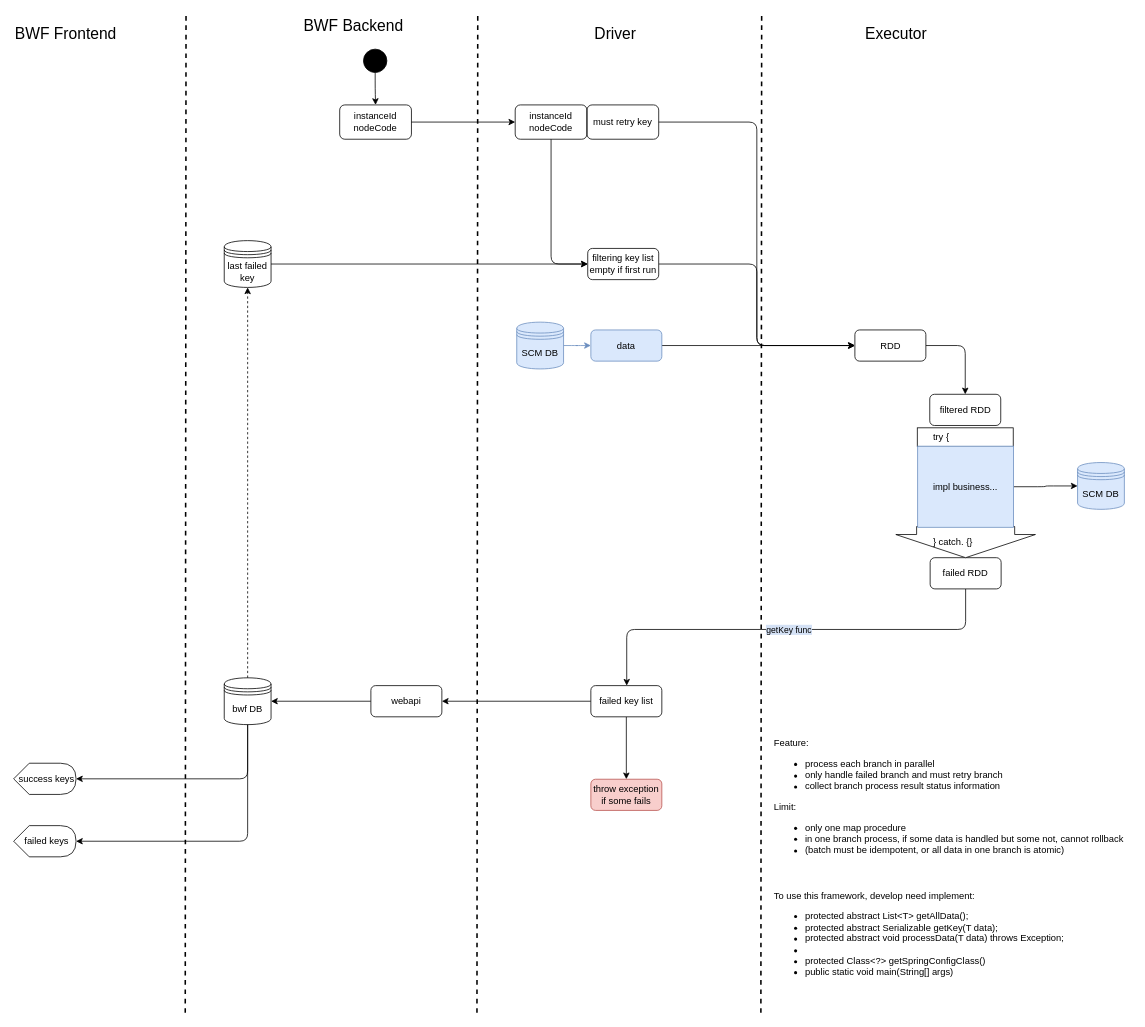
Before: bwf/Transactional spark batch framework.drawio in wzdxt/uml, a draw.io diagram. Source tidied: cells renumbered, new cells numbered last; positions are measured from the earlier drawing's top-left corner, leaving out a move shared by most shapes. Both pictures are drawn from the tidied source at 78%, with x=0, y=0 at pixel (13, 14).
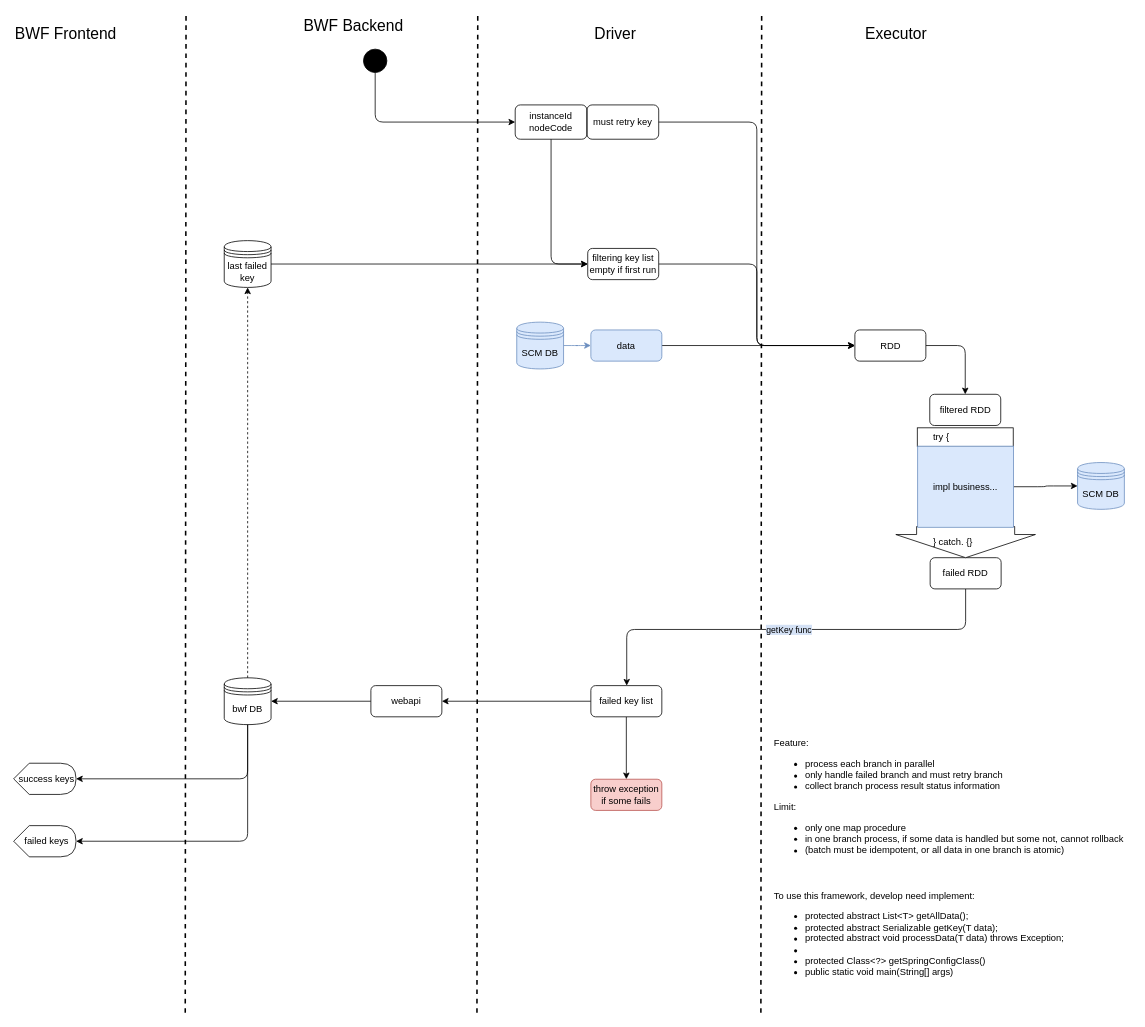
The same page after the edit.

Unchanged cells that the change refers to:
```xml
<mxCell id="17" style="ellipse;whiteSpace=wrap;html=1;labelBackgroundColor=none;strokeColor=#000000;strokeWidth=1;fillColor=#000000;gradientColor=none;align=center;" parent="1" vertex="1">
  <mxGeometry x="448.5" y="44.5" width="30" height="30" as="geometry" />
</mxCell>
<mxCell id="21" value="instanceId&lt;br&gt;nodeCode" style="rounded=1;whiteSpace=wrap;html=1;labelBackgroundColor=none;strokeColor=#000000;strokeWidth=1;fillColor=none;gradientColor=none;align=center;" parent="1" vertex="1">
  <mxGeometry x="643" y="116" width="92" height="44" as="geometry" />
</mxCell>
```

What changed in the source:
```diff
@@
-    <mxCell id="16" style="edgeStyle=orthogonalEdgeStyle;rounded=1;jettySize=auto;html=1;strokeColor=#000000;strokeWidth=1;" parent="1" edge="1" source="17" target="19">
-      <mxGeometry relative="1" as="geometry" />
-    </mxCell>
@@
-    <mxCell id="18" style="edgeStyle=orthogonalEdgeStyle;rounded=0;jettySize=auto;html=1;" parent="1" edge="1" source="19" target="21">
+    <mxCell id="18" style="edgeStyle=orthogonalEdgeStyle;rounded=1;jettySize=auto;html=1;exitX=0.5;exitY=1;exitDx=0;exitDy=0;entryX=0;entryY=0.5;entryDx=0;entryDy=0;" parent="1" edge="1" source="17" target="21">
       <mxGeometry relative="1" as="geometry" />
     </mxCell>
-    <mxCell id="19" value="instanceId&lt;br&gt;nodeCode" style="rounded=1;whiteSpace=wrap;html=1;labelBackgroundColor=none;strokeColor=#000000;strokeWidth=1;fillColor=none;gradientColor=none;align=center;" parent="1" vertex="1">
-      <mxGeometry x="418" y="116" width="92" height="44" as="geometry" />
-    </mxCell>
```
